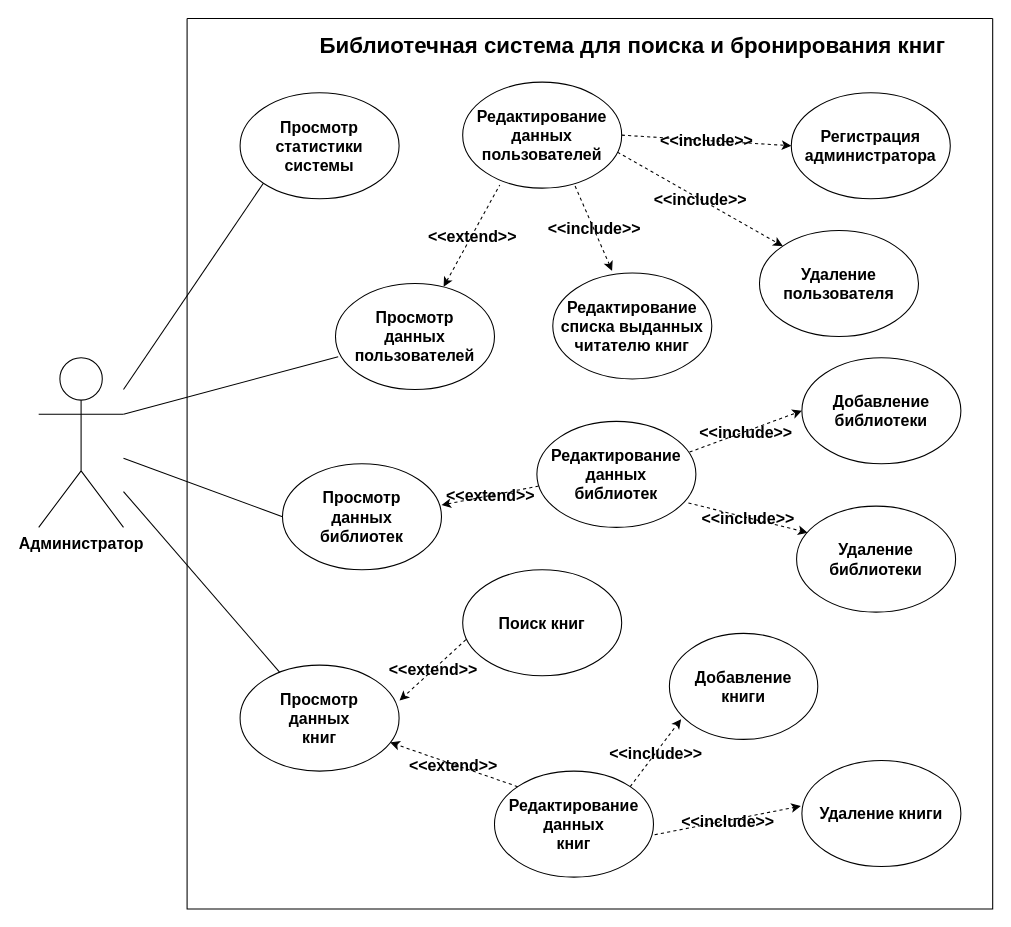
Above: _doc/Конструкторский раздел/drawio/Диаграмма прецедентов. Адимнистратор.drawio in XOMAv2/library-system (draw.io), before the change. Source tidied: cells renumbered, new cells numbered last; positions are measured from the earlier drawing's top-left corner, leaving out a move shared by most shapes. Both pictures are drawn from the tidied source at 106%, with x=0, y=0 at pixel (38, 18).
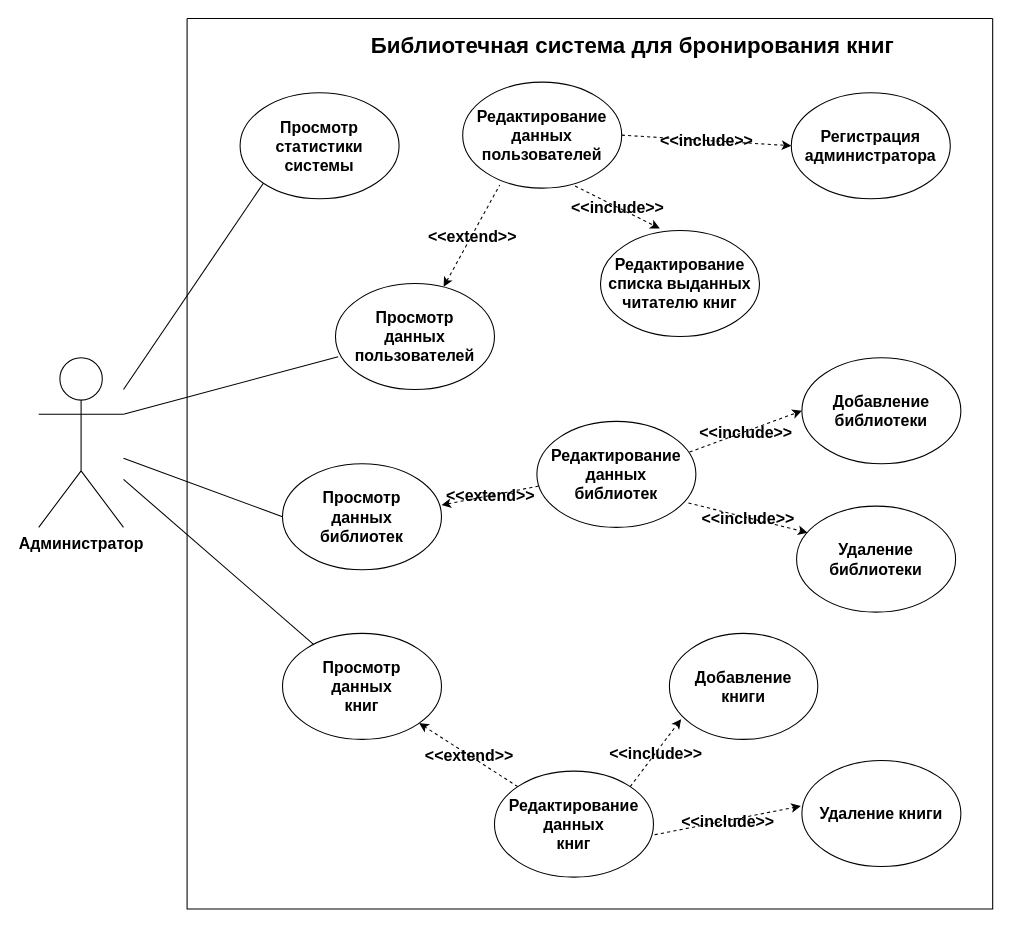
The same diagram, later.

The change refers to these unchanged cells:
```xml
<mxCell id="5" style="swimlane;startSize=0;fontSize=15;fontStyle=1;labelBackgroundColor=none;" parent="1" vertex="1">
  <mxGeometry x="140" width="760" height="840" as="geometry" />
</mxCell>
<mxCell id="14" value="Редактирование данных пользователей" style="ellipse;whiteSpace=wrap;html=1;fontSize=15;fontStyle=1;labelBackgroundColor=none;fillColor=none;" parent="5" vertex="1">
  <mxGeometry x="260" y="60" width="150" height="100" as="geometry" />
</mxCell>
```

Diff of the diagram source:
```diff
@@
-    <mxCell id="6" value="&lt;font style=&quot;font-size: 21px&quot;&gt;Библиотечная система для поиска и бронирования книг&lt;/font&gt;" style="text;html=1;align=center;verticalAlign=middle;strokeColor=none;fontSize=15;fontStyle=1;labelBackgroundColor=none;" parent="5" vertex="1">
-      <mxGeometry x="115" y="10" width="610" height="30" as="geometry" />
+    <mxCell id="6" value="&lt;font style=&quot;font-size: 21px&quot;&gt;Библиотечная система для бронирования книг&lt;/font&gt;" style="text;html=1;align=center;verticalAlign=middle;strokeColor=none;fontSize=15;fontStyle=1;labelBackgroundColor=none;" parent="5" vertex="1">
+      <mxGeometry x="160" y="10" width="520" height="30" as="geometry" />
     </mxCell>
@@
-    <mxCell id="11" value="Удаление пользователя" style="ellipse;whiteSpace=wrap;html=1;fontSize=15;fontStyle=1;labelBackgroundColor=none;fillColor=none;" parent="5" vertex="1">
-      <mxGeometry x="540" y="200" width="150" height="100" as="geometry" />
-    </mxCell>
@@
-    <mxCell id="13" value="&amp;lt;&amp;lt;include&amp;gt;&amp;gt;" style="edgeStyle=none;rounded=0;jettySize=auto;html=1;exitX=0.973;exitY=0.66;exitDx=0;exitDy=0;entryX=0;entryY=0;entryDx=0;entryDy=0;dashed=1;startArrow=none;startFill=0;endArrow=classic;endFill=1;fontSize=15;fontStyle=1;labelBackgroundColor=none;exitPerimeter=0;" parent="5" edge="1" source="14" target="11">
-      <mxGeometry relative="1" as="geometry" />
-    </mxCell>
@@
     <mxCell id="15" value="Просмотр&lt;br&gt;данных&lt;br&gt;книг" style="ellipse;whiteSpace=wrap;html=1;fontSize=15;fontStyle=1;labelBackgroundColor=none;fillColor=none;" parent="5" vertex="1">
-      <mxGeometry x="50" y="610" width="150" height="100" as="geometry" />
+      <mxGeometry x="90" y="580" width="150" height="100" as="geometry" />
     </mxCell>
@@
     <mxCell id="23" value="Редактирование&lt;br&gt;списка выданных&lt;br&gt;читателю книг" style="ellipse;whiteSpace=wrap;html=1;fontSize=15;fontStyle=1;labelBackgroundColor=none;fillColor=none;" parent="5" vertex="1">
-      <mxGeometry x="345" y="240" width="150" height="100" as="geometry" />
+      <mxGeometry x="390" y="200" width="150" height="100" as="geometry" />
     </mxCell>
@@
-    <mxCell id="31" value="Поиск книг" style="ellipse;whiteSpace=wrap;html=1;fontSize=15;fontStyle=1;labelBackgroundColor=none;fillColor=none;" parent="5" vertex="1">
-      <mxGeometry x="260" y="520" width="150" height="100" as="geometry" />
-    </mxCell>
-    <mxCell id="32" value="&lt;span style=&quot;font-weight: 700&quot;&gt;&amp;lt;&amp;lt;extend&amp;gt;&amp;gt;&lt;/span&gt;" style="edgeStyle=none;rounded=0;jettySize=auto;html=1;exitX=0.02;exitY=0.66;exitDx=0;exitDy=0;fontSize=15;startArrow=none;startFill=0;endArrow=classic;endFill=1;dashed=1;labelBackgroundColor=none;entryX=1.003;entryY=0.333;entryDx=0;entryDy=0;entryPerimeter=0;exitPerimeter=0;" parent="5" edge="1" source="31" target="15">
-      <mxGeometry relative="1" as="geometry" />
-    </mxCell>
```
